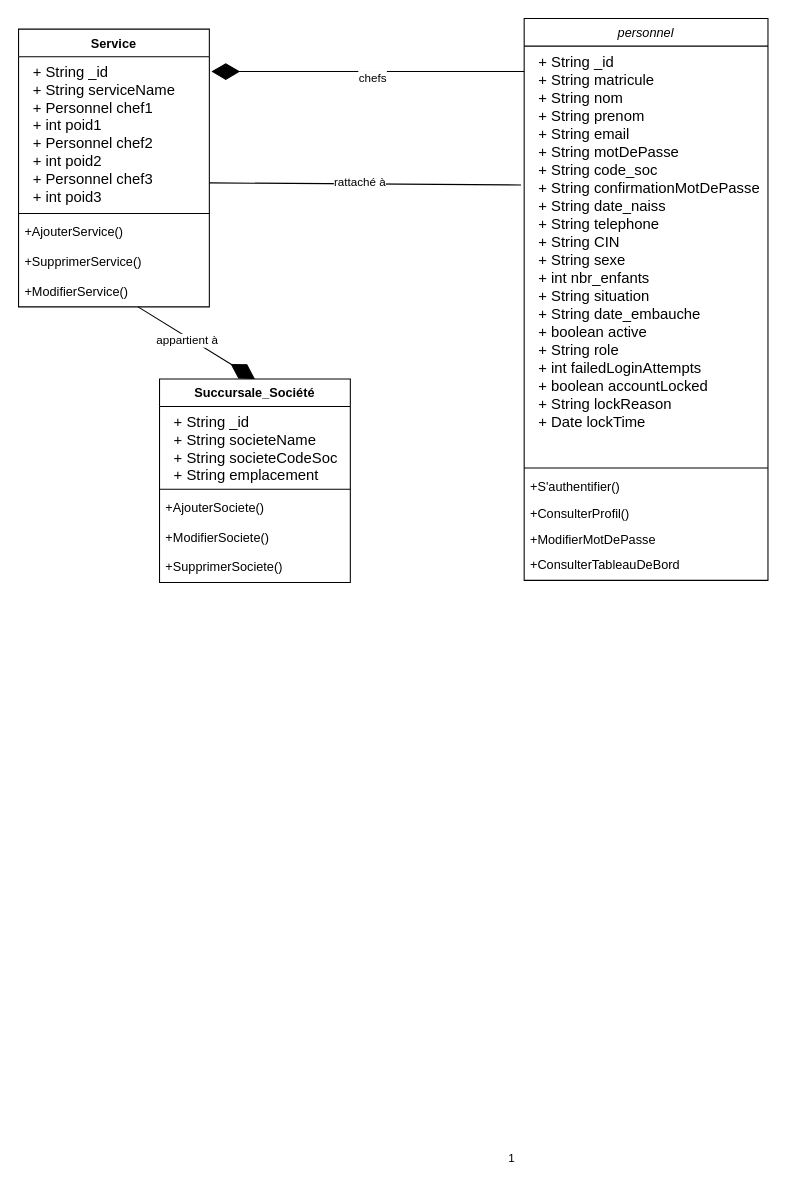
Before: Diagramme de classe du sprint 1.drawio in PORTAIL-RH/Portail-RH-Mobile, a draw.io diagram. Source tidied: cells renumbered, new cells numbered last; positions are measured from the earlier drawing's top-left corner, leaving out a move shared by most shapes. Both pictures are drawn from the tidied source at 106%, with x=0, y=0 at pixel (18, 18).
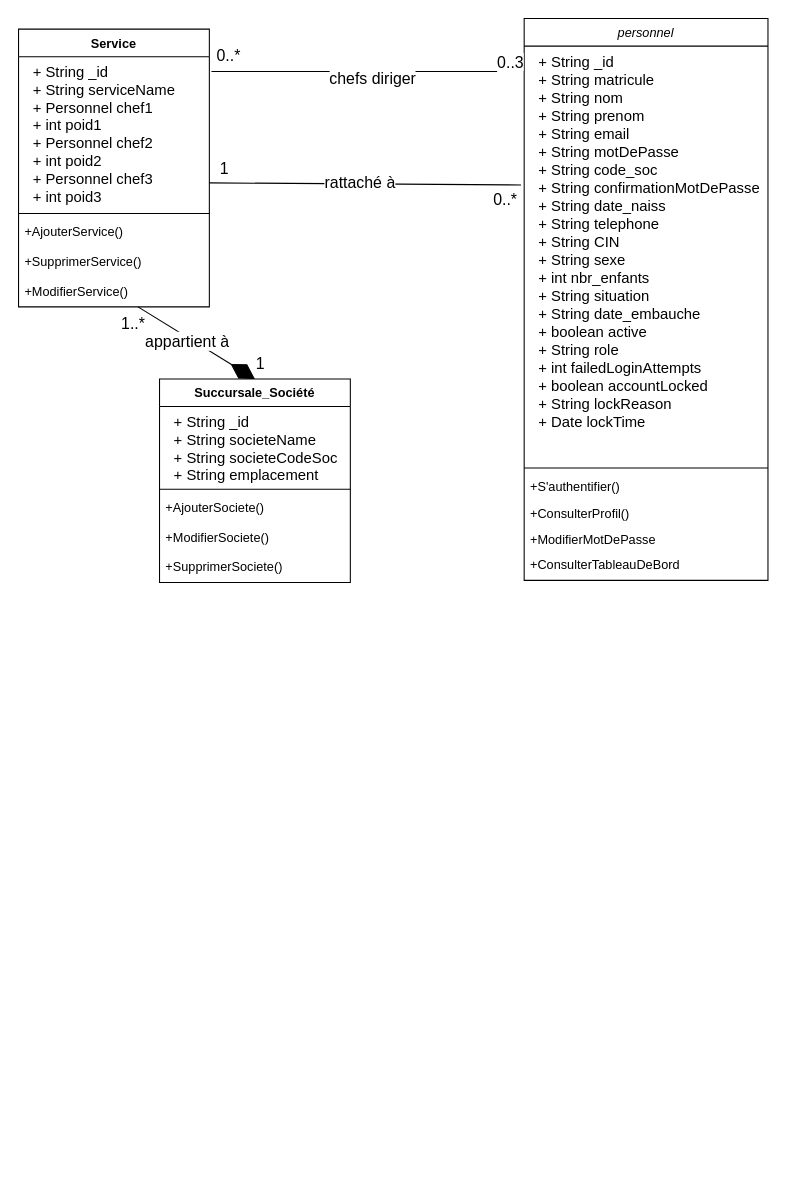
The same page after the edit.

The change refers to these unchanged cells:
```xml
<mxCell id="22" style="endArrow=diamondThin;endFill=1;endSize=24;html=1;rounded=0;entryX=0.5;entryY=0;entryDx=0;entryDy=0;" parent="1" edge="1" source="21" target="10">
  <mxGeometry relative="1" as="geometry" />
</mxCell>
<mxCell id="24" style="endArrow=none;endFill=1;endSize=24;html=1;rounded=0;exitX=1;exitY=0.5;exitDx=0;exitDy=0;entryX=-0.004;entryY=0.426;entryDx=0;entryDy=0;entryPerimeter=0;startFill=0;" parent="1" edge="1">
  <mxGeometry relative="1" as="geometry">
    <mxPoint x="180" y="155" as="sourcePoint" />
    <mxPoint x="474" y="157" as="targetPoint" />
  </mxGeometry>
</mxCell>
```

Diff of the diagram source:
```diff
@@
-    <mxCell id="9" value="1" style="edgeLabel;html=1;align=center;verticalAlign=middle;" parent="1" vertex="1">
-      <mxGeometry x="464.8" y="1074.8" as="geometry" />
-    </mxCell>
@@
-    <mxCell id="23" value="appartient à" style="edgeLabel;html=1;align=center;verticalAlign=middle;" parent="22" vertex="1">
+    <mxCell id="23" value="&lt;font style=&quot;font-size: 15px;&quot;&gt;appartient à&lt;/font&gt;" style="edgeLabel;html=1;align=center;verticalAlign=middle;" parent="22" vertex="1">
       <mxGeometry x="-0.13" y="-3" relative="1" as="geometry" />
     </mxCell>
@@
-    <mxCell id="25" value="rattaché à" style="edgeLabel;html=1;align=center;verticalAlign=middle;" parent="24" vertex="1">
+    <mxCell id="25" value="&lt;font style=&quot;font-size: 15px;&quot;&gt;rattaché à&lt;/font&gt;" style="edgeLabel;html=1;align=center;verticalAlign=middle;" parent="24" vertex="1">
       <mxGeometry x="-0.04" y="2" relative="1" as="geometry" />
     </mxCell>
+    <mxCell id="28" value="&lt;font style=&quot;font-size: 15px;&quot;&gt;0..*&lt;/font&gt;" style="edgeLabel;html=1;align=center;verticalAlign=middle;" parent="24" vertex="1">
+      <mxGeometry x="0.9" y="-2" relative="1" as="geometry">
+        <mxPoint y="11" as="offset" />
+      </mxGeometry>
+    </mxCell>
+    <mxCell id="29" value="&lt;font style=&quot;font-size: 15px;&quot;&gt;1&lt;/font&gt;" style="edgeLabel;html=1;align=center;verticalAlign=middle;" parent="24" vertex="1">
+      <mxGeometry x="-0.86" y="3" relative="1" as="geometry">
+        <mxPoint x="-8" y="-12" as="offset" />
+      </mxGeometry>
+    </mxCell>
-    <mxCell id="26" style="endArrow=diamondThin;endFill=1;endSize=24;html=1;rounded=0;exitX=0.009;exitY=0.156;exitDx=0;exitDy=0;exitPerimeter=0;entryX=1.009;entryY=0.427;entryDx=0;entryDy=0;entryPerimeter=0;" parent="1" edge="1">
+    <mxCell id="26" style="endArrow=none;endFill=1;endSize=24;html=1;rounded=0;exitX=0.009;exitY=0.156;exitDx=0;exitDy=0;exitPerimeter=0;entryX=1.009;entryY=0.427;entryDx=0;entryDy=0;entryPerimeter=0;startFill=0;" parent="1" edge="1">
       <mxGeometry relative="1" as="geometry">
         <mxPoint x="477" y="50" as="sourcePoint" />
         <mxPoint x="182" y="50" as="targetPoint" />
       </mxGeometry>
     </mxCell>
-    <mxCell id="27" value="chefs" style="edgeLabel;html=1;align=center;verticalAlign=middle;" parent="26" vertex="1">
+    <mxCell id="27" value="&lt;span style=&quot;font-size: 15px;&quot;&gt;chefs diriger&lt;/span&gt;" style="edgeLabel;html=1;align=center;verticalAlign=middle;" parent="26" vertex="1">
       <mxGeometry x="0.01" y="-3" relative="1" as="geometry">
         <mxPoint x="5" y="8" as="offset" />
       </mxGeometry>
     </mxCell>
+    <mxCell id="30" value="&lt;font style=&quot;font-size: 15px;&quot;&gt;0..3&lt;/font&gt;" style="edgeLabel;html=1;align=center;verticalAlign=middle;" parent="26" vertex="1">
+      <mxGeometry x="-0.89" y="2" relative="1" as="geometry">
+        <mxPoint x="2" y="-12" as="offset" />
+      </mxGeometry>
+    </mxCell>
+    <mxCell id="31" value="&lt;font style=&quot;font-size: 15px;&quot;&gt;0..*&lt;/font&gt;" style="text;html=1;align=center;verticalAlign=middle;strokeColor=none;fillColor=none;" parent="1" vertex="1">
+      <mxGeometry x="173" y="20" width="50" height="30" as="geometry" />
+    </mxCell>
+    <mxCell id="32" value="&lt;font style=&quot;font-size: 15px;&quot;&gt;1..*&lt;/font&gt;" style="text;html=1;align=center;verticalAlign=middle;strokeColor=none;fillColor=none;" parent="1" vertex="1">
+      <mxGeometry x="83" y="272" width="50" height="30" as="geometry" />
+    </mxCell>
+    <mxCell id="33" value="&lt;font style=&quot;font-size: 15px;&quot;&gt;1&lt;/font&gt;" style="text;html=1;align=center;verticalAlign=middle;strokeColor=none;fillColor=none;" parent="1" vertex="1">
+      <mxGeometry x="213" y="310" width="30" height="30" as="geometry" />
+    </mxCell>
```
